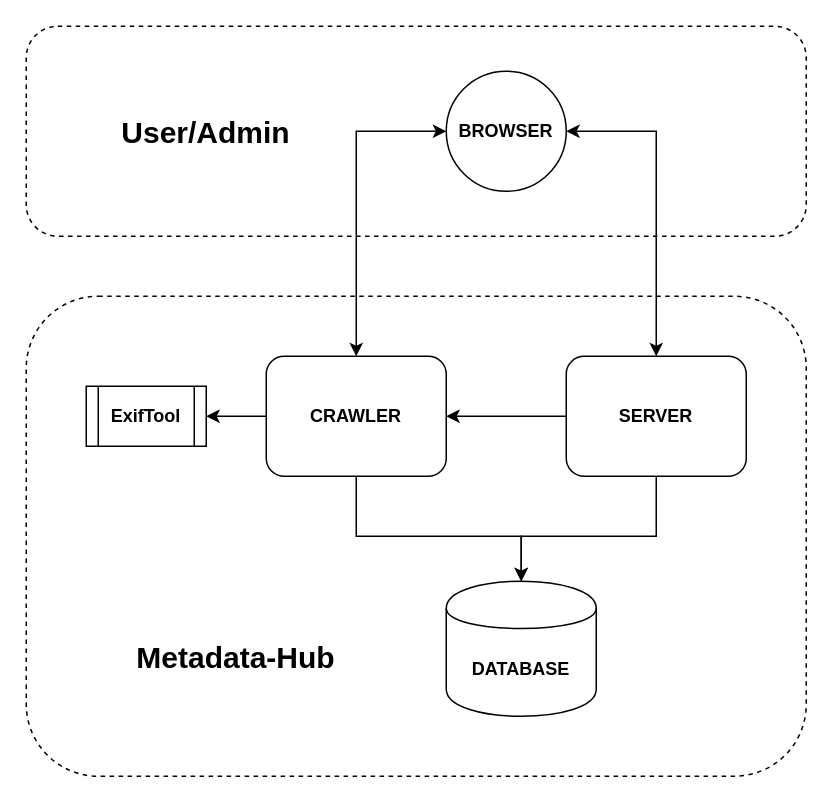
Earlier version of the draw.io diagram documentation/images/architecture.drawio (amos-project2/metadata-hub). Source tidied: cells renumbered, new cells numbered last; positions are measured from the earlier drawing's top-left corner, leaving out a move shared by most shapes. Both pictures are drawn from the tidied source at 150%, with x=0, y=0 at pixel (26, 26).
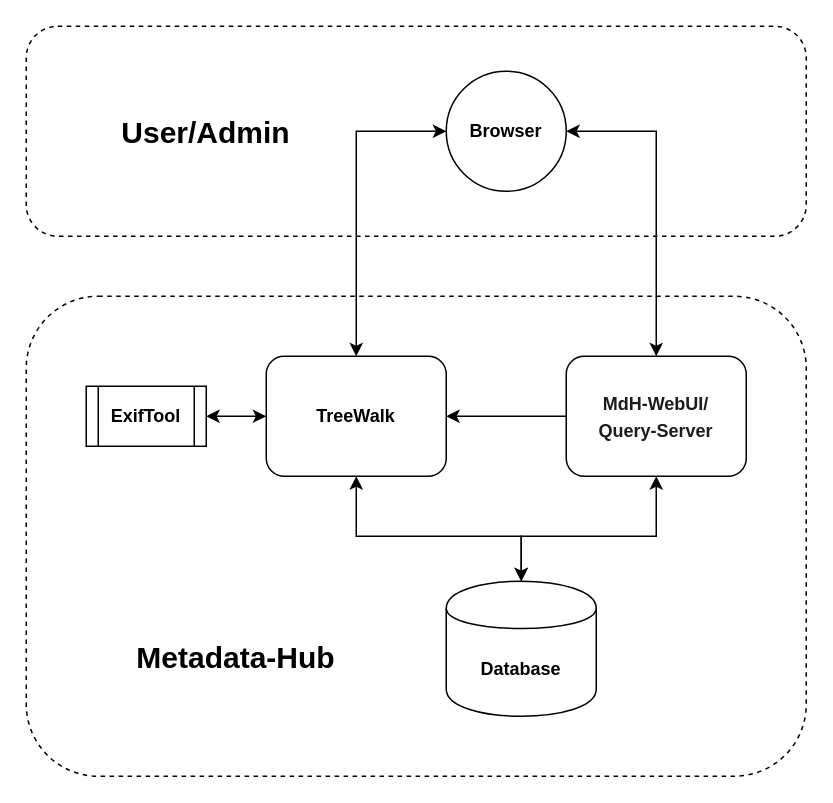
The same page after the edit.

Unchanged cells that the change refers to:
```xml
<mxCell id="9" value="&lt;b&gt;ExifTool&lt;/b&gt;" style="shape=process;whiteSpace=wrap;html=1;backgroundOutline=1;" parent="1" vertex="1">
  <mxGeometry x="40" y="240" width="80" height="40" as="geometry" />
</mxCell>
```

Change to the diagram source:
```diff
@@
+    <mxCell id="14" style="rounded=1;whiteSpace=wrap;html=1;fillColor=none;dashed=1;" parent="1" vertex="1">
+      <mxGeometry y="180" width="520" height="320" as="geometry" />
+    </mxCell>
@@
-    <mxCell id="3" style="edgeStyle=orthogonalEdgeStyle;rounded=0;jettySize=auto;html=1;exitX=0;exitY=0.5;exitDx=0;exitDy=0;entryX=1;entryY=0.5;entryDx=0;entryDy=0;" parent="1" edge="1" source="5" target="9">
+    <mxCell id="3" style="edgeStyle=orthogonalEdgeStyle;rounded=0;jettySize=auto;html=1;exitX=0;exitY=0.5;exitDx=0;exitDy=0;entryX=1;entryY=0.5;entryDx=0;entryDy=0;startArrow=classic;startFill=1;" parent="1" edge="1" source="5" target="9">
       <mxGeometry relative="1" as="geometry" />
     </mxCell>
-    <mxCell id="4" style="edgeStyle=orthogonalEdgeStyle;rounded=0;jettySize=auto;html=1;exitX=0.5;exitY=1;exitDx=0;exitDy=0;entryX=0.5;entryY=0;entryDx=0;entryDy=0;" parent="1" edge="1" source="5" target="10">
+    <mxCell id="4" style="edgeStyle=orthogonalEdgeStyle;rounded=0;jettySize=auto;html=1;exitX=0.5;exitY=1;exitDx=0;exitDy=0;entryX=0.5;entryY=0;entryDx=0;entryDy=0;startArrow=classic;startFill=1;" parent="1" edge="1" source="5" target="10">
       <mxGeometry relative="1" as="geometry">
         <Array as="points">
           <mxPoint x="220" y="340" />
           <mxPoint x="330" y="340" />
         </Array>
       </mxGeometry>
     </mxCell>
-    <mxCell id="5" value="&lt;b&gt;CRAWLER&lt;/b&gt;" style="rounded=1;whiteSpace=wrap;html=1;" parent="1" vertex="1">
+    <mxCell id="5" value="&lt;b&gt;TreeWalk&lt;/b&gt;" style="rounded=1;whiteSpace=wrap;html=1;" parent="1" vertex="1">
       <mxGeometry x="160" y="220" width="120" height="80" as="geometry" />
     </mxCell>
-    <mxCell id="6" style="edgeStyle=orthogonalEdgeStyle;rounded=0;jettySize=auto;html=1;exitX=0.5;exitY=1;exitDx=0;exitDy=0;entryX=0.5;entryY=0;entryDx=0;entryDy=0;" parent="1" edge="1" source="8" target="10">
+    <mxCell id="6" style="edgeStyle=orthogonalEdgeStyle;rounded=0;jettySize=auto;html=1;exitX=0.5;exitY=1;exitDx=0;exitDy=0;entryX=0.5;entryY=0;entryDx=0;entryDy=0;startArrow=classic;startFill=1;" parent="1" edge="1" source="8" target="10">
       <mxGeometry relative="1" as="geometry">
         <Array as="points">
           <mxPoint x="420" y="340" />
           <mxPoint x="330" y="340" />
         </Array>
       </mxGeometry>
     </mxCell>
@@
-    <mxCell id="8" value="&lt;b&gt;SERVER&lt;/b&gt;" style="rounded=1;whiteSpace=wrap;html=1;" parent="1" vertex="1">
+    <mxCell id="8" value="&lt;span style=&quot;color: rgb(29 , 28 , 29) ; text-align: left ; background-color: rgb(255 , 255 , 255)&quot;&gt;&lt;font style=&quot;font-size: 12px&quot;&gt;&lt;b style=&quot;line-height: 150%&quot;&gt;MdH-WebUI/&lt;br&gt;Query-Server&lt;/b&gt;&lt;/font&gt;&lt;/span&gt;" style="rounded=1;whiteSpace=wrap;html=1;" parent="1" vertex="1">
       <mxGeometry x="360" y="220" width="120" height="80" as="geometry" />
     </mxCell>
@@
-    <mxCell id="10" value="&lt;b&gt;DATABASE&lt;/b&gt;" style="shape=cylinder;whiteSpace=wrap;html=1;boundedLbl=1;backgroundOutline=1;" parent="1" vertex="1">
+    <mxCell id="10" value="&lt;b&gt;Database&lt;/b&gt;" style="shape=cylinder;whiteSpace=wrap;html=1;boundedLbl=1;backgroundOutline=1;" parent="1" vertex="1">
       <mxGeometry x="280" y="370" width="100" height="90" as="geometry" />
     </mxCell>
@@
-    <mxCell id="13" value="&lt;b&gt;BROWSER&lt;/b&gt;" style="ellipse;whiteSpace=wrap;html=1;" parent="1" vertex="1">
+    <mxCell id="13" value="&lt;b&gt;Browser&lt;/b&gt;" style="ellipse;whiteSpace=wrap;html=1;" parent="1" vertex="1">
       <mxGeometry x="280" y="30" width="80" height="80" as="geometry" />
     </mxCell>
-    <mxCell id="14" style="rounded=1;whiteSpace=wrap;html=1;fillColor=none;dashed=1;" parent="1" vertex="1">
-      <mxGeometry y="180" width="520" height="320" as="geometry" />
-    </mxCell>
```
